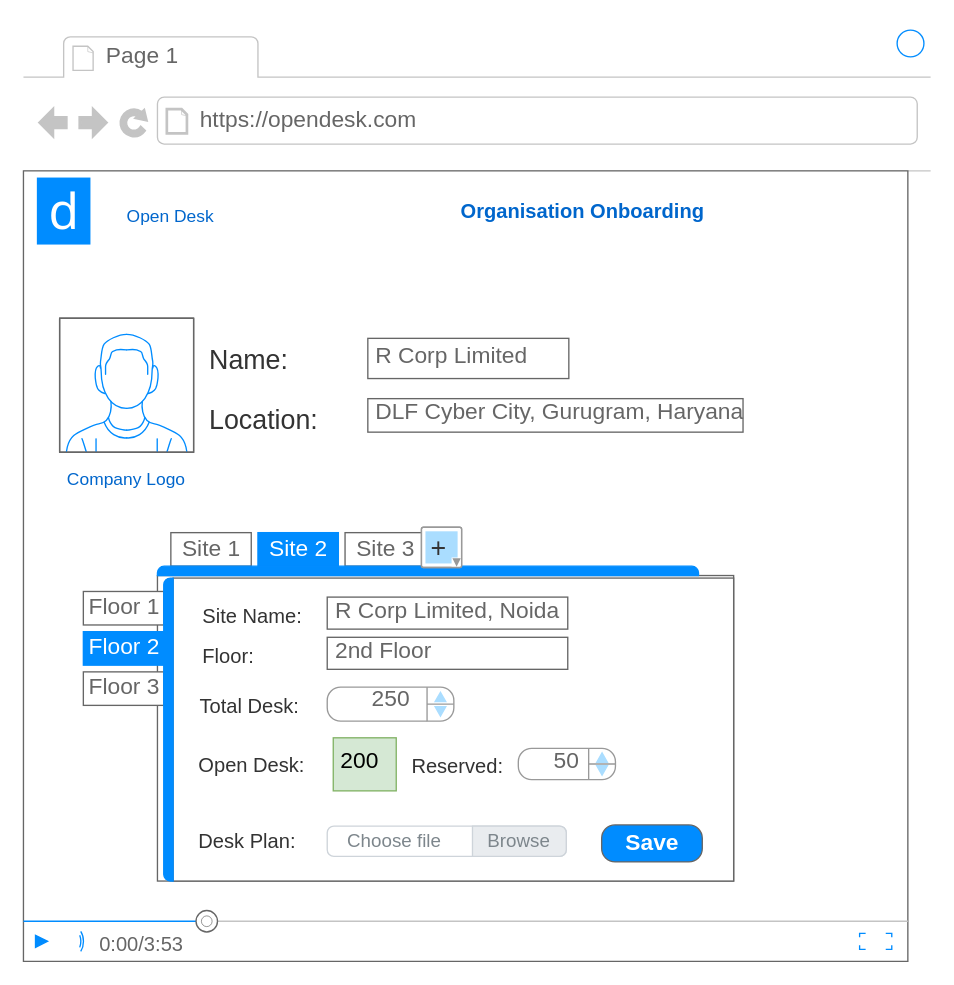
The draw.io diagram docs/planning/images/drawio/organization_onboarding_wireframe_v1.drawio in kanwalnainsingh/OpenDesk, before the edit. Source tidied: cells renumbered, new cells numbered last; positions are measured from the earlier drawing's top-left corner, leaving out a move shared by most shapes. Both pictures are drawn from the tidied source at 134%, with x=0, y=0 at pixel (23, 23).
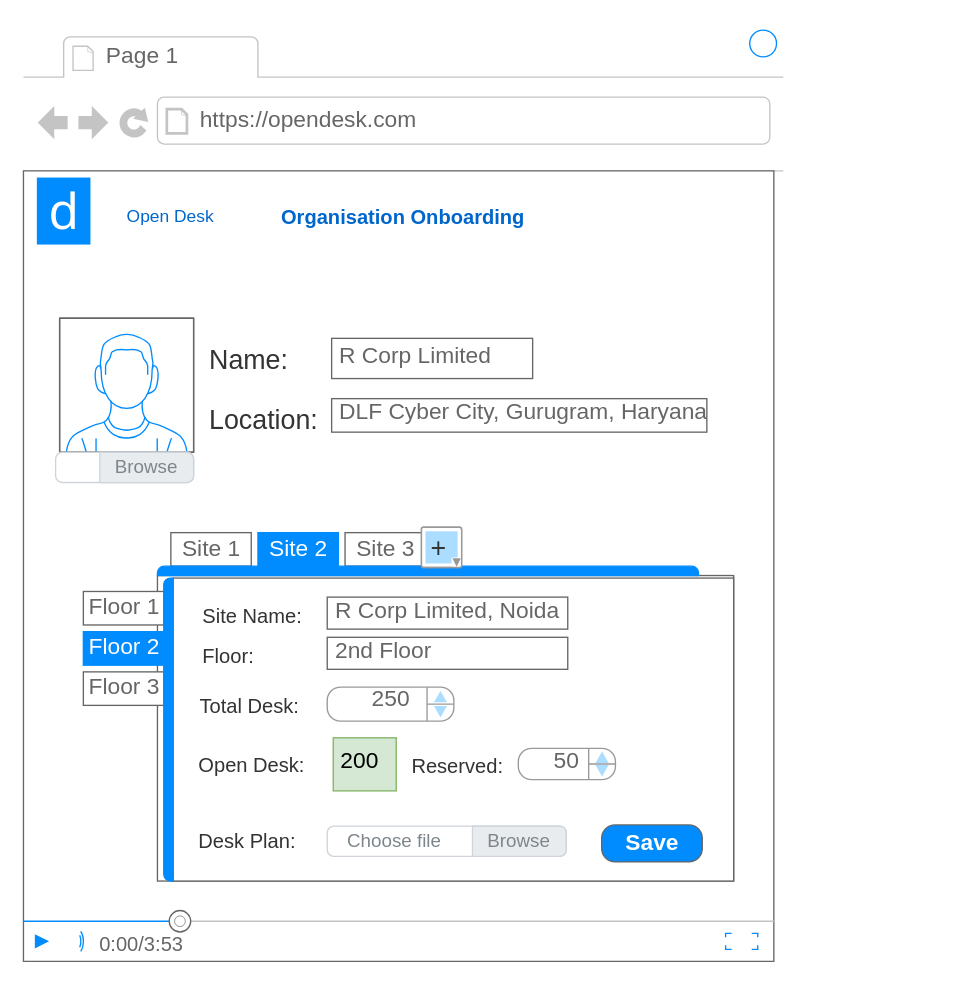
Above is the later version.

The edit, as a diff of the source:
```diff
@@
     <mxCell id="2" style="strokeWidth=1;shadow=0;dashed=0;align=left;html=1;shape=mxgraph.mockup.containers.browserWindow;rSize=0;strokeColor2=#008cff;strokeColor3=#c4c4c4;mainText=,;strokeColor=#FFFFFF;fontColor=#FFFFFF;" parent="1" vertex="1">
-      <mxGeometry width="677" height="700" as="geometry" />
+      <mxGeometry width="567" height="700" as="geometry" />
     </mxCell>
@@
     <mxCell id="5" style="verticalLabelPosition=bottom;shadow=0;dashed=0;align=center;html=1;verticalAlign=top;strokeWidth=1;shape=mxgraph.mockup.containers.videoPlayer;strokeColor=#666666;strokeColor2=#008cff;strokeColor3=#c4c4c4;textColor=#666666;fillColor2=#008cff;barHeight=30;barPos=20;" parent="2" vertex="1">
-      <mxGeometry y="110" width="660" height="590" as="geometry" />
+      <mxGeometry y="110" width="560" height="590" as="geometry" />
     </mxCell>
@@
     <mxCell id="8" value="&lt;b&gt;&lt;font style=&quot;font-size: 15px&quot;&gt;Organisation Onboarding&lt;/font&gt;&lt;/b&gt;" style="text;html=1;strokeColor=none;fillColor=none;align=center;verticalAlign=middle;whiteSpace=wrap;rounded=0;fontSize=13;fontColor=#0066CC;" parent="2" vertex="1">
-      <mxGeometry x="325" y="130" width="185" height="20" as="geometry" />
+      <mxGeometry x="191" y="133.5" width="185" height="20" as="geometry" />
     </mxCell>
@@
-    <mxCell id="10" value="Company Logo" style="text;html=1;strokeColor=none;fillColor=none;align=center;verticalAlign=middle;whiteSpace=wrap;rounded=0;fontSize=13;fontColor=#0066CC;" parent="2" vertex="1">
-      <mxGeometry x="27" y="330" width="100" height="20" as="geometry" />
-    </mxCell>
     <mxCell id="11" value="R Corp Limited" style="strokeWidth=1;shadow=0;dashed=0;align=center;html=1;shape=mxgraph.mockup.text.textBox;fontColor=#666666;align=left;fontSize=17;spacingLeft=4;spacingTop=-3;strokeColor=#666666;mainText=;" parent="2" vertex="1">
-      <mxGeometry x="257" y="235" width="150" height="30" as="geometry" />
+      <mxGeometry x="230" y="235" width="150" height="30" as="geometry" />
     </mxCell>
@@
     <mxCell id="14" value="DLF Cyber City, Gurugram, Haryana&amp;nbsp;" style="strokeWidth=1;shadow=0;dashed=0;align=center;html=1;shape=mxgraph.mockup.text.textBox;fontColor=#666666;align=left;fontSize=17;spacingLeft=4;spacingTop=-3;strokeColor=#666666;mainText=;" parent="2" vertex="1">
-      <mxGeometry x="257" y="280" width="280" height="25" as="geometry" />
+      <mxGeometry x="230" y="280" width="280" height="25" as="geometry" />
     </mxCell>
@@
+    <mxCell id="41" style="html=1;shadow=0;dashed=0;shape=mxgraph.bootstrap.rrect;rSize=5;strokeColor=#CED4DA;html=1;whiteSpace=wrap;fillColor=#FFFFFF;fontColor=#7D868C;align=left;spacingLeft=0;spacing=15;fontSize=14;" parent="2" vertex="1">
+      <mxGeometry x="24" y="320" width="103" height="22.6" as="geometry" />
+    </mxCell>
+    <mxCell id="42" value="Browse" style="html=1;shadow=0;dashed=0;shape=mxgraph.bootstrap.rightButton;strokeColor=inherit;gradientColor=inherit;fontColor=inherit;fillColor=#E9ECEF;rSize=5;perimeter=none;whiteSpace=wrap;fontSize=14;" parent="41" vertex="1">
+      <mxGeometry x="1" width="70" height="22.61" relative="1" as="geometry">
+        <mxPoint x="-70" as="offset" />
+      </mxGeometry>
+    </mxCell>
```
